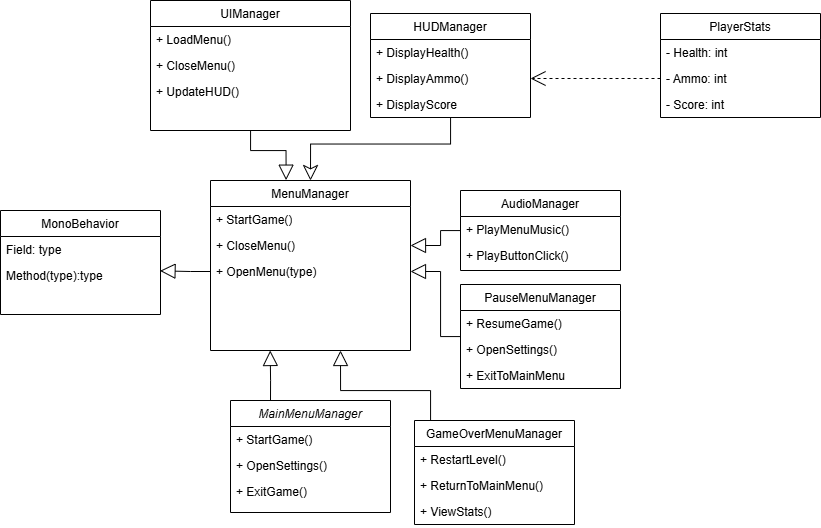
This is 383Game/Doc/tl6/Classdiagram (1).png from CorylC/CS383BrainstewGame, a draw.io export, as it was before one commit. Source tidied: cells renumbered, new cells last; positions are measured from the earlier drawing's top-left corner, leaving out a move shared by most shapes.
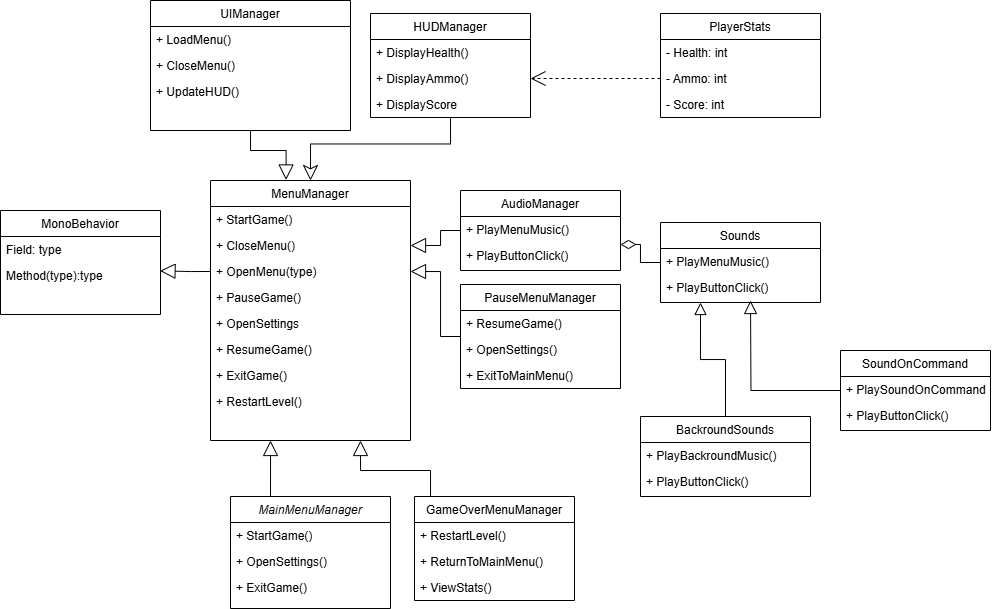
Above is the later version.

Diff of the diagram source:
```diff
@@ -14,7 +14,7 @@
     <mxCell id="5" value="+ OpenSettings()" style="text;align=left;verticalAlign=top;spacingLeft=4;spacingRight=4;overflow=hidden;rounded=0;shadow=0;html=0;" parent="3" vertex="1">
       <mxGeometry y="52" width="160" height="26" as="geometry" />
     </mxCell>
-    <mxCell id="6" value="+ ExitToMainMenu" style="text;align=left;verticalAlign=top;spacingLeft=4;spacingRight=4;overflow=hidden;rounded=0;shadow=0;html=0;" parent="3" vertex="1">
+    <mxCell id="6" value="+ ExitToMainMenu()" style="text;align=left;verticalAlign=top;spacingLeft=4;spacingRight=4;overflow=hidden;rounded=0;shadow=0;html=0;" parent="3" vertex="1">
       <mxGeometry y="78" width="160" height="26" as="geometry" />
     </mxCell>
     <mxCell id="7" value="UIManager" style="swimlane;fontStyle=0;align=center;verticalAlign=top;horizontal=1;startSize=26;rounded=0;shadow=0;strokeWidth=1;" parent="1" vertex="1">
@@ -31,15 +31,15 @@
     </mxCell>
     <mxCell id="11" style="edgeStyle=orthogonalEdgeStyle;rounded=0;jettySize=auto;html=1;endArrow=block;endFill=0;endSize=13;" parent="1" edge="1" source="12">
       <mxGeometry relative="1" as="geometry">
-        <mxPoint x="340" y="350" as="targetPoint" />
+        <mxPoint x="360" y="440" as="targetPoint" />
         <Array as="points">
-          <mxPoint x="430" y="390" />
-          <mxPoint x="340" y="390" />
+          <mxPoint x="430" y="470" />
+          <mxPoint x="360" y="470" />
         </Array>
       </mxGeometry>
     </mxCell>
     <mxCell id="12" value="GameOverMenuManager" style="swimlane;fontStyle=0;align=center;verticalAlign=top;horizontal=1;startSize=26;rounded=0;shadow=0;strokeWidth=1;" parent="1" vertex="1">
-      <mxGeometry x="414" y="420" width="160" height="104" as="geometry" />
+      <mxGeometry x="414" y="496" width="160" height="104" as="geometry" />
     </mxCell>
     <mxCell id="13" value="+ RestartLevel()" style="text;align=left;verticalAlign=top;spacingLeft=4;spacingRight=4;overflow=hidden;" parent="12" vertex="1">
       <mxGeometry y="26" width="160" height="26" as="geometry" />
@@ -85,11 +85,11 @@
     </mxCell>
     <mxCell id="27" style="edgeStyle=orthogonalEdgeStyle;rounded=0;jettySize=auto;html=1;exitX=0.25;exitY=0;exitDx=0;exitDy=0;endArrow=block;endFill=0;endSize=13;" parent="1" edge="1" source="28">
       <mxGeometry relative="1" as="geometry">
-        <mxPoint x="269.7" y="350" as="targetPoint" />
+        <mxPoint x="270" y="440" as="targetPoint" />
       </mxGeometry>
     </mxCell>
     <mxCell id="28" value="MainMenuManager" style="swimlane;fontStyle=2;align=center;verticalAlign=top;horizontal=1;startSize=26;rounded=0;shadow=0;strokeWidth=1;" parent="1" vertex="1">
-      <mxGeometry x="230" y="400" width="160" height="112" as="geometry" />
+      <mxGeometry x="230" y="496" width="160" height="112" as="geometry" />
     </mxCell>
     <mxCell id="29" value="+ StartGame()" style="text;align=left;verticalAlign=top;spacingLeft=4;spacingRight=4;overflow=hidden;" parent="28" vertex="1">
       <mxGeometry y="26" width="160" height="26" as="geometry" />
@@ -116,7 +116,7 @@
       <mxGeometry y="78" width="160" height="26" as="geometry" />
     </mxCell>
     <mxCell id="37" value="MenuManager" style="swimlane;fontStyle=0;align=center;verticalAlign=top;horizontal=1;startSize=26;rounded=0;shadow=0;strokeWidth=1;" parent="1" vertex="1">
-      <mxGeometry x="210" y="180" width="200" height="170" as="geometry" />
+      <mxGeometry x="210" y="180" width="200" height="260" as="geometry" />
     </mxCell>
     <mxCell id="38" value="+ StartGame()" style="text;align=left;verticalAlign=top;spacingLeft=4;spacingRight=4;overflow=hidden;whiteSpace=wrap;fillColor=none;" parent="37" vertex="1">
       <mxGeometry y="26" width="200" height="26" as="geometry" />
@@ -127,6 +127,21 @@
     <mxCell id="40" value="+ OpenMenu(type)" style="text;align=left;verticalAlign=top;spacingLeft=4;spacingRight=4;overflow=hidden;points=[[0,0.5],[1,0.5]];portConstraint=eastwest;rounded=0;shadow=0;html=0;" parent="37" vertex="1">
       <mxGeometry y="78" width="200" height="26" as="geometry" />
     </mxCell>
+    <mxCell id="44" value="+ PauseGame()" style="text;align=left;verticalAlign=top;spacingLeft=4;spacingRight=4;overflow=hidden;rounded=0;shadow=0;html=0;" parent="37" vertex="1">
+      <mxGeometry y="104" width="200" height="26" as="geometry" />
+    </mxCell>
+    <mxCell id="45" value="+ OpenSettings" style="text;align=left;verticalAlign=top;spacingLeft=4;spacingRight=4;overflow=hidden;rounded=0;shadow=0;html=0;" parent="37" vertex="1">
+      <mxGeometry y="130" width="200" height="26" as="geometry" />
+    </mxCell>
+    <mxCell id="46" value="+ ResumeGame()" style="text;align=left;verticalAlign=top;spacingLeft=4;spacingRight=4;overflow=hidden;rounded=0;shadow=0;html=0;" parent="37" vertex="1">
+      <mxGeometry y="156" width="200" height="26" as="geometry" />
+    </mxCell>
+    <mxCell id="47" value="+ ExitGame()" style="text;align=left;verticalAlign=top;spacingLeft=4;spacingRight=4;overflow=hidden;rounded=0;shadow=0;html=0;" parent="37" vertex="1">
+      <mxGeometry y="182" width="200" height="26" as="geometry" />
+    </mxCell>
+    <mxCell id="48" value="+ RestartLevel()" style="text;align=left;verticalAlign=top;spacingLeft=4;spacingRight=4;overflow=hidden;rounded=0;shadow=0;html=0;" parent="37" vertex="1">
+      <mxGeometry y="208" width="200" height="26" as="geometry" />
+    </mxCell>
     <mxCell id="41" style="edgeStyle=orthogonalEdgeStyle;rounded=0;jettySize=auto;html=1;exitX=0;exitY=0.5;exitDx=0;exitDy=0;entryX=0.997;entryY=0.321;entryDx=0;entryDy=0;entryPerimeter=0;endArrow=block;endFill=0;endSize=13;" parent="1" edge="1" source="40" target="26">
       <mxGeometry relative="1" as="geometry" />
     </mxCell>
@@ -136,5 +151,43 @@
     <mxCell id="43" style="edgeStyle=orthogonalEdgeStyle;rounded=0;jettySize=auto;html=1;entryX=1;entryY=0.5;entryDx=0;entryDy=0;dashed=1;endArrow=open;endFill=0;endSize=13;" parent="1" edge="1" source="22" target="35">
       <mxGeometry relative="1" as="geometry" />
     </mxCell>
+    <mxCell id="49" value="Sounds" style="swimlane;fontStyle=0;align=center;verticalAlign=top;horizontal=1;startSize=26;rounded=0;shadow=0;strokeWidth=1;" parent="1" vertex="1">
+      <mxGeometry x="660" y="222" width="160" height="80" as="geometry" />
+    </mxCell>
+    <mxCell id="50" value="+ PlayMenuMusic()" style="text;align=left;verticalAlign=top;spacingLeft=4;spacingRight=4;overflow=hidden;" parent="49" vertex="1">
+      <mxGeometry y="26" width="160" height="26" as="geometry" />
+    </mxCell>
+    <mxCell id="51" value="+ PlayButtonClick()" style="text;align=left;verticalAlign=top;spacingLeft=4;spacingRight=4;overflow=hidden;rounded=0;shadow=0;html=0;" parent="49" vertex="1">
+      <mxGeometry y="52" width="160" height="26" as="geometry" />
+    </mxCell>
+    <mxCell id="52" style="edgeStyle=orthogonalEdgeStyle;rounded=0;jettySize=auto;html=1;entryX=1;entryY=0.077;entryDx=0;entryDy=0;entryPerimeter=0;endArrow=diamondThin;endFill=0;endSize=13;" parent="1" edge="1" source="49" target="19">
+      <mxGeometry relative="1" as="geometry" />
+    </mxCell>
+    <mxCell id="53" style="edgeStyle=orthogonalEdgeStyle;rounded=0;jettySize=auto;html=1;entryX=0.25;entryY=1;entryDx=0;entryDy=0;endArrow=block;endFill=0;endSize=10;" parent="1" edge="1" source="54" target="49">
+      <mxGeometry relative="1" as="geometry" />
+    </mxCell>
+    <mxCell id="54" value="BackroundSounds" style="swimlane;fontStyle=0;align=center;verticalAlign=top;horizontal=1;startSize=26;rounded=0;shadow=0;strokeWidth=1;" parent="1" vertex="1">
+      <mxGeometry x="640" y="416" width="170" height="80" as="geometry" />
+    </mxCell>
+    <mxCell id="55" value="+ PlayBackroundMusic()" style="text;align=left;verticalAlign=top;spacingLeft=4;spacingRight=4;overflow=hidden;" parent="54" vertex="1">
+      <mxGeometry y="26" width="170" height="26" as="geometry" />
+    </mxCell>
+    <mxCell id="56" value="+ PlayButtonClick()" style="text;align=left;verticalAlign=top;spacingLeft=4;spacingRight=4;overflow=hidden;rounded=0;shadow=0;html=0;" parent="54" vertex="1">
+      <mxGeometry y="52" width="170" height="26" as="geometry" />
+    </mxCell>
+    <mxCell id="57" style="edgeStyle=orthogonalEdgeStyle;rounded=0;jettySize=auto;html=1;endArrow=block;endFill=0;strokeWidth=1;endSize=11;" parent="1" edge="1" source="58">
+      <mxGeometry relative="1" as="geometry">
+        <mxPoint x="750" y="300" as="targetPoint" />
+      </mxGeometry>
+    </mxCell>
+    <mxCell id="58" value="SoundOnCommand" style="swimlane;fontStyle=0;align=center;verticalAlign=top;horizontal=1;startSize=26;rounded=0;shadow=0;strokeWidth=1;" parent="1" vertex="1">
+      <mxGeometry x="840" y="350" width="150" height="80" as="geometry" />
+    </mxCell>
+    <mxCell id="59" value="+ PlaySoundOnCommand" style="text;align=left;verticalAlign=top;spacingLeft=4;spacingRight=4;overflow=hidden;" parent="58" vertex="1">
+      <mxGeometry y="26" width="150" height="26" as="geometry" />
+    </mxCell>
+    <mxCell id="60" value="+ PlayButtonClick()" style="text;align=left;verticalAlign=top;spacingLeft=4;spacingRight=4;overflow=hidden;rounded=0;shadow=0;html=0;" parent="58" vertex="1">
+      <mxGeometry y="52" width="150" height="26" as="geometry" />
+    </mxCell>
   </root>
 </mxGraphModel>
```
